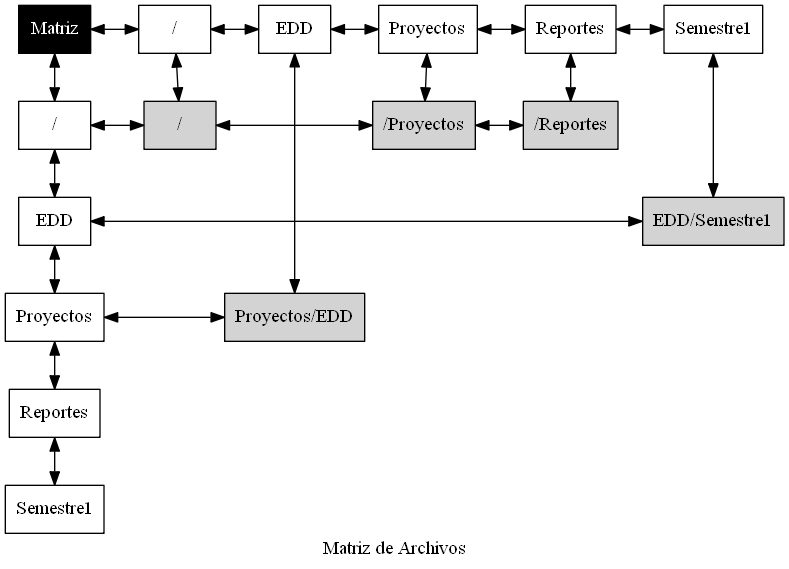
Above: Proyecto2_2/build/classes/Reportes/matriz.png in Douglas-Martinez/EDD_2S2019_PY2_201603168 (Graphviz), before the change. Its source is kept beside it as Proyecto2_2/build/classes/Reportes/matriz.dot.
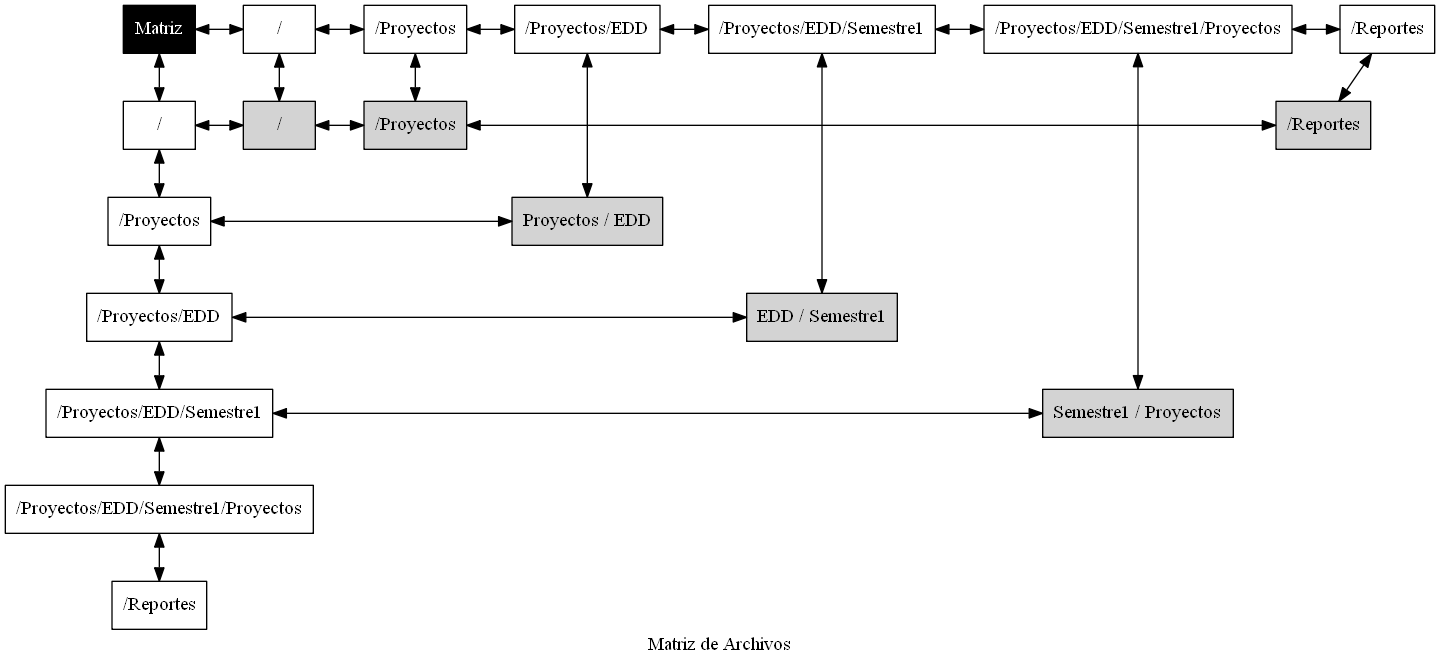
After the change.

Diff of the diagram source:
```diff
@@ -8,51 +8,59 @@
 
 	0001000[label="Matriz", style="filled", fontcolor="white", color="black"];
 
-	2075122755[label="/", style="solid"];
-	962356381[label="EDD", style="solid"];
-	1915891733[label="Proyectos", style="solid"];
-	463878079[label="Reportes", style="solid"];
-	518958412[label="Semestre1", style="solid"];
+	802302183[label="/", style="solid"];
+	1623845845[label="/Proyectos", style="solid"];
+	350351882[label="/Proyectos/EDD", style="solid"];
+	348548156[label="/Proyectos/EDD/Semestre1", style="solid"];
+	720235347[label="/Proyectos/EDD/Semestre1/Proyectos", style="solid"];
+	89467544[label="/Reportes", style="solid"];
 
-	1154239104[label="/", style="solid"];
-	664631444[label="EDD", style="solid"];
-	221030423[label="Proyectos", style="solid"];
-	1715728435[label="Reportes", style="solid"];
-	1081945649[label="Semestre1", style="solid"];
+	515893658[label="/", style="solid"];
+	960479741[label="/Proyectos", style="solid"];
+	2085421818[label="/Proyectos/EDD", style="solid"];
+	1348531713[label="/Proyectos/EDD/Semestre1", style="solid"];
+	829564590[label="/Proyectos/EDD/Semestre1/Proyectos", style="solid"];
+	1988442452[label="/Reportes", style="solid"];
 
-	216577906[label="/", style="filled"];
-	1684851432[label="/Proyectos", style="filled"];
-	500661310[label="/Reportes", style="filled"];
-	888325395[label="EDD/Semestre1", style="filled"];
-	2112399320[label="Proyectos/EDD", style="filled"];
+	1649127340[label="/", style="filled"];
+	894209306[label="/Proyectos", style="filled"];
+	363563595[label="/Reportes", style="filled"];
+	1245404723[label="Proyectos / EDD", style="filled"];
+	1966259735[label="EDD / Semestre1", style="filled"];
+	617077238[label="Semestre1 / Proyectos", style="filled"];
 
-	0001000 -> 2075122755[dir=both];
-	2075122755 -> 962356381[dir=both];
-	962356381 -> 1915891733[dir=both];
-	1915891733 -> 463878079[dir=both];
-	463878079 -> 518958412[dir=both];
+	0001000 -> 802302183[dir=both];
+	802302183 -> 1623845845[dir=both];
+	1623845845 -> 350351882[dir=both];
+	350351882 -> 348548156[dir=both];
+	348548156 -> 720235347[dir=both];
+	720235347 -> 89467544[dir=both];
 
-	0001000 -> 1154239104[dir=both];
-	1154239104 -> 664631444[dir=both];
-	664631444 -> 221030423[dir=both];
-	221030423 -> 1715728435[dir=both];
-	1715728435 -> 1081945649[dir=both];
+	0001000 -> 515893658[dir=both];
+	515893658 -> 960479741[dir=both];
+	960479741 -> 2085421818[dir=both];
+	2085421818 -> 1348531713[dir=both];
+	1348531713 -> 829564590[dir=both];
+	829564590 -> 1988442452[dir=both];
 
-	2075122755 -> 216577906[dir=both];
-	962356381 -> 2112399320[dir=both];
-	1915891733 -> 1684851432[dir=both];
-	463878079 -> 500661310[dir=both];
-	518958412 -> 888325395[dir=both];
+	802302183 -> 1649127340[dir=both];
+	1623845845 -> 894209306[dir=both];
+	350351882 -> 1245404723[dir=both];
+	348548156 -> 1966259735[dir=both];
+	720235347 -> 617077238[dir=both];
+	89467544 -> 363563595[dir=both];
 
-	1154239104 -> 216577906[constraint=false, dir=both];
-	216577906 -> 1684851432[contraint=false, dir=both];
-	1684851432 -> 500661310[contraint=false, dir=both];
-	664631444 -> 888325395[constraint=false, dir=both];
-	221030423 -> 2112399320[constraint=false, dir=both];
-	{ rank=same; 0001000; 2075122755; 962356381; 1915891733; 463878079; 518958412;  }
-	{ rank=same; 1154239104; 216577906; 1684851432; 500661310; }
-	{ rank=same; 664631444; 888325395; }
-	{ rank=same; 221030423; 2112399320; }
-	{ rank=same; 1715728435; }
-	{ rank=same; 1081945649; }
+	515893658 -> 1649127340[constraint=false, dir=both];
+	1649127340 -> 894209306[contraint=false, dir=both];
+	894209306 -> 363563595[contraint=false, dir=both];
+	960479741 -> 1245404723[constraint=false, dir=both];
+	2085421818 -> 1966259735[constraint=false, dir=both];
+	1348531713 -> 617077238[constraint=false, dir=both];
+	{ rank=same; 0001000; 802302183; 1623845845; 350351882; 348548156; 720235347; 89467544;  }
+	{ rank=same; 515893658; 1649127340; 894209306; 363563595; }
+	{ rank=same; 960479741; 1245404723; }
+	{ rank=same; 2085421818; 1966259735; }
+	{ rank=same; 1348531713; 617077238; }
+	{ rank=same; 829564590; }
+	{ rank=same; 1988442452; }
 	label = "Matriz de Archivos"}
```
